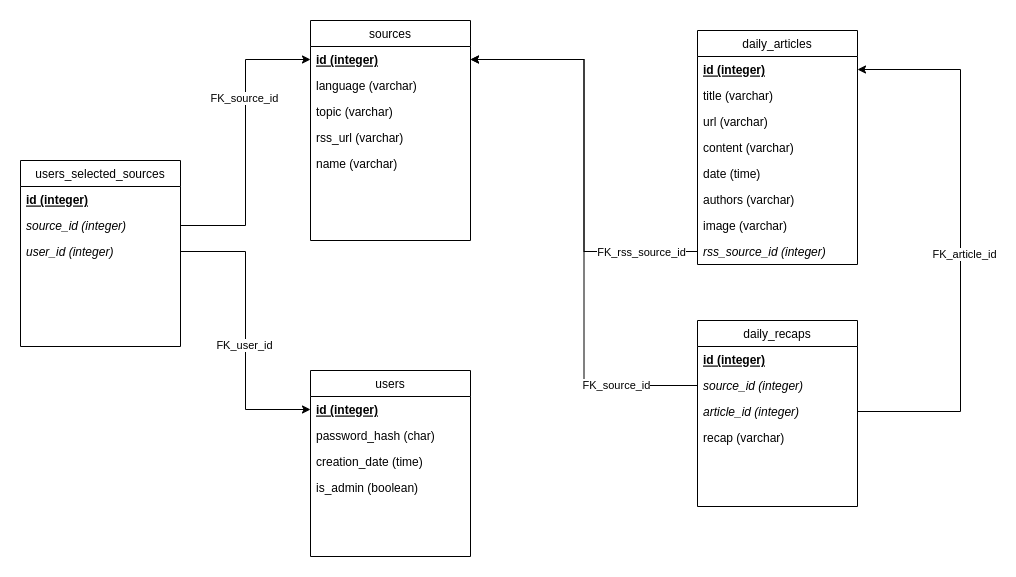
Above: img/MPD_E1.png in vinpap/your_news_anchor (draw.io), before the change. Source tidied: cells renumbered, new cells last; positions are measured from the earlier drawing's top-left corner, leaving out a move shared by most shapes. Source of this version:
```xml
<mxGraphModel>
  <root>
    <mxCell id="0" />
    <mxCell id="1" parent="0" />
    <mxCell id="2" value="daily_articles" style="swimlane;fontStyle=0;align=center;verticalAlign=top;horizontal=1;startSize=26;rounded=0;shadow=0;strokeWidth=1;" parent="1" vertex="1">
      <mxGeometry x="677" y="10" width="160" height="234" as="geometry" />
    </mxCell>
    <mxCell id="3" value="id (integer)" style="text;align=left;verticalAlign=top;spacingLeft=4;spacingRight=4;overflow=hidden;points=[[0,0.5],[1,0.5]];portConstraint=eastwest;fontStyle=5;" parent="2" vertex="1">
      <mxGeometry y="26" width="160" height="26" as="geometry" />
    </mxCell>
    <mxCell id="4" value="title (varchar)" style="text;align=left;verticalAlign=top;spacingLeft=4;spacingRight=4;overflow=hidden;fontStyle=0;" parent="2" vertex="1">
      <mxGeometry y="52" width="160" height="26" as="geometry" />
    </mxCell>
    <mxCell id="5" value="url (varchar)" style="text;align=left;verticalAlign=top;spacingLeft=4;spacingRight=4;overflow=hidden;fontStyle=0;" parent="2" vertex="1">
      <mxGeometry y="78" width="160" height="26" as="geometry" />
    </mxCell>
    <mxCell id="6" value="content (varchar)" style="text;align=left;verticalAlign=top;spacingLeft=4;spacingRight=4;overflow=hidden;fontStyle=0;" parent="2" vertex="1">
      <mxGeometry y="104" width="160" height="26" as="geometry" />
    </mxCell>
    <mxCell id="7" value="date (time)" style="text;align=left;verticalAlign=top;spacingLeft=4;spacingRight=4;overflow=hidden;fontStyle=0;" parent="2" vertex="1">
      <mxGeometry y="130" width="160" height="26" as="geometry" />
    </mxCell>
    <mxCell id="8" value="authors (varchar)" style="text;align=left;verticalAlign=top;spacingLeft=4;spacingRight=4;overflow=hidden;fontStyle=0;" parent="2" vertex="1">
      <mxGeometry y="156" width="160" height="26" as="geometry" />
    </mxCell>
    <mxCell id="9" value="image (varchar)" style="text;align=left;verticalAlign=top;spacingLeft=4;spacingRight=4;overflow=hidden;fontStyle=0;" parent="2" vertex="1">
      <mxGeometry y="182" width="160" height="26" as="geometry" />
    </mxCell>
    <mxCell id="10" value="rss_source_id (integer)" style="text;align=left;verticalAlign=top;spacingLeft=4;spacingRight=4;overflow=hidden;points=[[0,0.5],[1,0.5]];portConstraint=eastwest;fontStyle=2;" parent="2" vertex="1">
      <mxGeometry y="208" width="160" height="26" as="geometry" />
    </mxCell>
    <mxCell id="11" value="sources" style="swimlane;fontStyle=0;align=center;verticalAlign=top;horizontal=1;startSize=26;rounded=0;shadow=0;strokeWidth=1;" parent="1" vertex="1">
      <mxGeometry x="290" width="160" height="220" as="geometry" />
    </mxCell>
    <mxCell id="12" value="id (integer)" style="text;align=left;verticalAlign=top;spacingLeft=4;spacingRight=4;overflow=hidden;points=[[0,0.5],[1,0.5]];portConstraint=eastwest;fontStyle=5;" parent="11" vertex="1">
      <mxGeometry y="26" width="160" height="26" as="geometry" />
    </mxCell>
    <mxCell id="13" value="language (varchar)" style="text;align=left;verticalAlign=top;spacingLeft=4;spacingRight=4;overflow=hidden;rounded=0;shadow=0;html=0;" parent="11" vertex="1">
      <mxGeometry y="52" width="160" height="26" as="geometry" />
    </mxCell>
    <mxCell id="14" value="topic (varchar)" style="text;align=left;verticalAlign=top;spacingLeft=4;spacingRight=4;overflow=hidden;rounded=0;shadow=0;html=0;" parent="11" vertex="1">
      <mxGeometry y="78" width="160" height="26" as="geometry" />
    </mxCell>
    <mxCell id="15" value="rss_url (varchar)" style="text;align=left;verticalAlign=top;spacingLeft=4;spacingRight=4;overflow=hidden;rounded=0;shadow=0;html=0;" parent="11" vertex="1">
      <mxGeometry y="104" width="160" height="26" as="geometry" />
    </mxCell>
    <mxCell id="16" value="name (varchar)" style="text;align=left;verticalAlign=top;spacingLeft=4;spacingRight=4;overflow=hidden;rounded=0;shadow=0;html=0;" parent="11" vertex="1">
      <mxGeometry y="130" width="160" height="26" as="geometry" />
    </mxCell>
    <mxCell id="17" value="daily_recaps" style="swimlane;fontStyle=0;align=center;verticalAlign=top;horizontal=1;startSize=26;rounded=0;shadow=0;strokeWidth=1;" parent="1" vertex="1">
      <mxGeometry x="677" y="300" width="160" height="186" as="geometry" />
    </mxCell>
    <mxCell id="18" value="id (integer)" style="text;align=left;verticalAlign=top;spacingLeft=4;spacingRight=4;overflow=hidden;fontStyle=5;" parent="17" vertex="1">
      <mxGeometry y="26" width="160" height="26" as="geometry" />
    </mxCell>
    <mxCell id="19" value="source_id (integer)" style="text;align=left;verticalAlign=top;spacingLeft=4;spacingRight=4;overflow=hidden;points=[[0,0.5],[1,0.5]];portConstraint=eastwest;fontStyle=2;" parent="17" vertex="1">
      <mxGeometry y="52" width="160" height="26" as="geometry" />
    </mxCell>
    <mxCell id="20" value="article_id (integer)" style="text;align=left;verticalAlign=top;spacingLeft=4;spacingRight=4;overflow=hidden;points=[[0,0.5],[1,0.5]];portConstraint=eastwest;fontStyle=2;" parent="17" vertex="1">
      <mxGeometry y="78" width="160" height="26" as="geometry" />
    </mxCell>
    <mxCell id="21" value="recap (varchar)" style="text;align=left;verticalAlign=top;spacingLeft=4;spacingRight=4;overflow=hidden;fontStyle=0;" parent="17" vertex="1">
      <mxGeometry y="104" width="160" height="26" as="geometry" />
    </mxCell>
    <mxCell id="22" value="users" style="swimlane;fontStyle=0;align=center;verticalAlign=top;horizontal=1;startSize=26;rounded=0;shadow=0;strokeWidth=1;" parent="1" vertex="1">
      <mxGeometry x="290" y="350" width="160" height="186" as="geometry" />
    </mxCell>
    <mxCell id="23" value="id (integer)" style="text;align=left;verticalAlign=top;spacingLeft=4;spacingRight=4;overflow=hidden;points=[[0,0.5],[1,0.5]];portConstraint=eastwest;fontStyle=5;" parent="22" vertex="1">
      <mxGeometry y="26" width="160" height="26" as="geometry" />
    </mxCell>
    <mxCell id="24" value="password_hash (char)" style="text;align=left;verticalAlign=top;spacingLeft=4;spacingRight=4;overflow=hidden;fontStyle=0;" parent="22" vertex="1">
      <mxGeometry y="52" width="160" height="26" as="geometry" />
    </mxCell>
    <mxCell id="25" value="creation_date (time)" style="text;align=left;verticalAlign=top;spacingLeft=4;spacingRight=4;overflow=hidden;fontStyle=0;" parent="22" vertex="1">
      <mxGeometry y="78" width="160" height="26" as="geometry" />
    </mxCell>
    <mxCell id="26" value="is_admin (boolean)" style="text;align=left;verticalAlign=top;spacingLeft=4;spacingRight=4;overflow=hidden;fontStyle=0;" parent="22" vertex="1">
      <mxGeometry y="104" width="160" height="26" as="geometry" />
    </mxCell>
    <mxCell id="27" value="users_selected_sources" style="swimlane;fontStyle=0;align=center;verticalAlign=top;horizontal=1;startSize=26;rounded=0;shadow=0;strokeWidth=1;" parent="1" vertex="1">
      <mxGeometry y="140" width="160" height="186" as="geometry" />
    </mxCell>
    <mxCell id="28" value="id (integer)" style="text;align=left;verticalAlign=top;spacingLeft=4;spacingRight=4;overflow=hidden;fontStyle=5;" parent="27" vertex="1">
      <mxGeometry y="26" width="160" height="26" as="geometry" />
    </mxCell>
    <mxCell id="29" value="source_id (integer)" style="text;align=left;verticalAlign=top;spacingLeft=4;spacingRight=4;overflow=hidden;points=[[0,0.5],[1,0.5]];portConstraint=eastwest;fontStyle=2;" parent="27" vertex="1">
      <mxGeometry y="52" width="160" height="26" as="geometry" />
    </mxCell>
    <mxCell id="30" value="user_id (integer)" style="text;align=left;verticalAlign=top;spacingLeft=4;spacingRight=4;overflow=hidden;points=[[0,0.5],[1,0.5]];portConstraint=eastwest;fontStyle=2;" parent="27" vertex="1">
      <mxGeometry y="78" width="160" height="26" as="geometry" />
    </mxCell>
    <mxCell id="31" style="edgeStyle=orthogonalEdgeStyle;rounded=0;jettySize=auto;html=1;" parent="1" edge="1" source="29" target="12">
      <mxGeometry relative="1" as="geometry" />
    </mxCell>
    <mxCell id="32" value="FK_source_id" style="edgeLabel;html=1;align=center;verticalAlign=middle;" parent="31" vertex="1">
      <mxGeometry x="0.3" y="2" relative="1" as="geometry" />
    </mxCell>
    <mxCell id="33" style="edgeStyle=orthogonalEdgeStyle;rounded=0;jettySize=auto;html=1;" parent="1" edge="1" source="30" target="23">
      <mxGeometry relative="1" as="geometry" />
    </mxCell>
    <mxCell id="34" value="FK_user_id" style="edgeLabel;html=1;align=center;verticalAlign=middle;" parent="33" vertex="1">
      <mxGeometry x="0.1" y="-2" relative="1" as="geometry" />
    </mxCell>
    <mxCell id="35" style="edgeStyle=orthogonalEdgeStyle;rounded=0;jettySize=auto;html=1;entryX=1;entryY=0.5;entryDx=0;entryDy=0;" parent="1" edge="1" source="10" target="12">
      <mxGeometry relative="1" as="geometry" />
    </mxCell>
    <mxCell id="36" value="FK_rss_source_id" style="edgeLabel;html=1;align=center;verticalAlign=middle;" parent="35" vertex="1">
      <mxGeometry x="-0.62" y="-3" relative="1" as="geometry">
        <mxPoint x="23" y="3" as="offset" />
      </mxGeometry>
    </mxCell>
    <mxCell id="37" style="edgeStyle=orthogonalEdgeStyle;rounded=0;jettySize=auto;html=1;" parent="1" edge="1" source="19" target="12">
      <mxGeometry relative="1" as="geometry" />
    </mxCell>
    <mxCell id="38" value="FK_source_id" style="edgeLabel;html=1;align=center;verticalAlign=middle;" parent="37" vertex="1">
      <mxGeometry x="-0.7" y="-1" relative="1" as="geometry" />
    </mxCell>
    <mxCell id="39" style="edgeStyle=orthogonalEdgeStyle;rounded=0;jettySize=auto;html=1;entryX=1;entryY=0.5;entryDx=0;entryDy=0;" parent="1" edge="1" source="20" target="3">
      <mxGeometry relative="1" as="geometry">
        <Array as="points">
          <mxPoint x="940" y="391" />
          <mxPoint x="940" y="49" />
        </Array>
      </mxGeometry>
    </mxCell>
    <mxCell id="40" value="FK_article_id" style="edgeLabel;html=1;align=center;verticalAlign=middle;" parent="39" vertex="1">
      <mxGeometry x="-0.05" y="-3" relative="1" as="geometry" />
    </mxCell>
  </root>
</mxGraphModel>
```
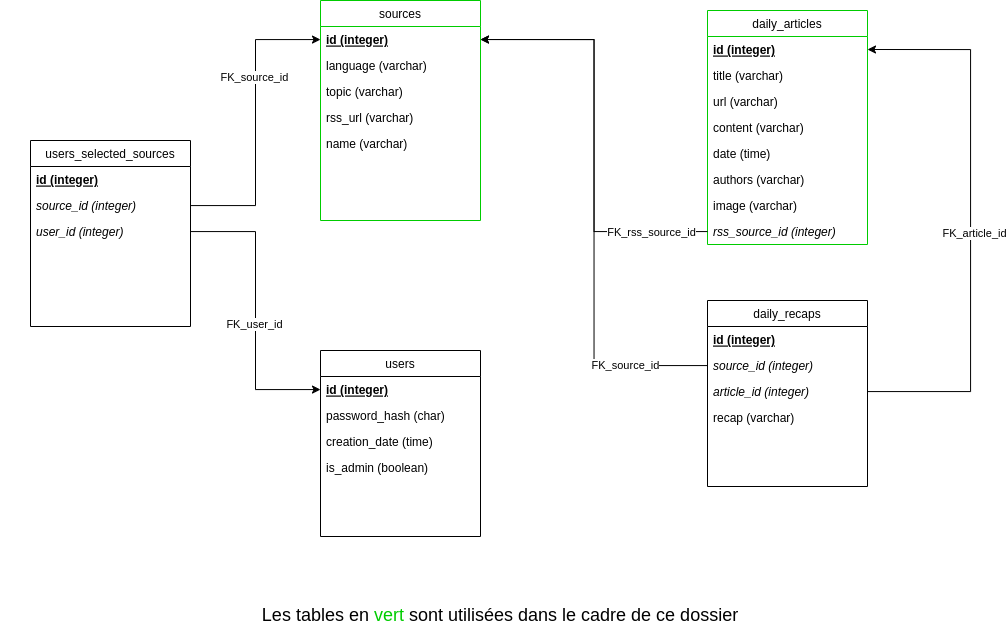
After the commit.

Change to the diagram source:
```diff
@@ -2,7 +2,7 @@
   <root>
     <mxCell id="0" />
     <mxCell id="1" parent="0" />
-    <mxCell id="2" value="daily_articles" style="swimlane;fontStyle=0;align=center;verticalAlign=top;horizontal=1;startSize=26;rounded=0;shadow=0;strokeWidth=1;" parent="1" vertex="1">
+    <mxCell id="2" value="daily_articles" style="swimlane;fontStyle=0;align=center;verticalAlign=top;horizontal=1;startSize=26;rounded=0;shadow=0;strokeWidth=1;strokeColor=#00CC00;" parent="1" vertex="1">
       <mxGeometry x="677" y="10" width="160" height="234" as="geometry" />
     </mxCell>
     <mxCell id="3" value="id (integer)" style="text;align=left;verticalAlign=top;spacingLeft=4;spacingRight=4;overflow=hidden;points=[[0,0.5],[1,0.5]];portConstraint=eastwest;fontStyle=5;" parent="2" vertex="1">
@@ -29,7 +29,7 @@
     <mxCell id="10" value="rss_source_id (integer)" style="text;align=left;verticalAlign=top;spacingLeft=4;spacingRight=4;overflow=hidden;points=[[0,0.5],[1,0.5]];portConstraint=eastwest;fontStyle=2;" parent="2" vertex="1">
       <mxGeometry y="208" width="160" height="26" as="geometry" />
     </mxCell>
-    <mxCell id="11" value="sources" style="swimlane;fontStyle=0;align=center;verticalAlign=top;horizontal=1;startSize=26;rounded=0;shadow=0;strokeWidth=1;" parent="1" vertex="1">
+    <mxCell id="11" value="sources" style="swimlane;fontStyle=0;align=center;verticalAlign=top;horizontal=1;startSize=26;rounded=0;shadow=0;strokeWidth=1;strokeColor=#00CC00;" parent="1" vertex="1">
       <mxGeometry x="290" width="160" height="220" as="geometry" />
     </mxCell>
     <mxCell id="12" value="id (integer)" style="text;align=left;verticalAlign=top;spacingLeft=4;spacingRight=4;overflow=hidden;points=[[0,0.5],[1,0.5]];portConstraint=eastwest;fontStyle=5;" parent="11" vertex="1">
@@ -126,5 +126,8 @@
     <mxCell id="40" value="FK_article_id" style="edgeLabel;html=1;align=center;verticalAlign=middle;" parent="39" vertex="1">
       <mxGeometry x="-0.05" y="-3" relative="1" as="geometry" />
     </mxCell>
+    <mxCell id="41" value="&lt;font style=&quot;font-size: 18px;&quot;&gt;Les tables en &lt;font color=&quot;#00cc00&quot;&gt;vert&lt;/font&gt; sont utilisées dans le cadre de ce dossier&lt;/font&gt;" style="text;strokeColor=none;align=center;fillColor=none;html=1;verticalAlign=middle;whiteSpace=wrap;rounded=0;" parent="1" vertex="1">
+      <mxGeometry x="-30" y="600" width="1000" height="30" as="geometry" />
+    </mxCell>
   </root>
 </mxGraphModel>
```
